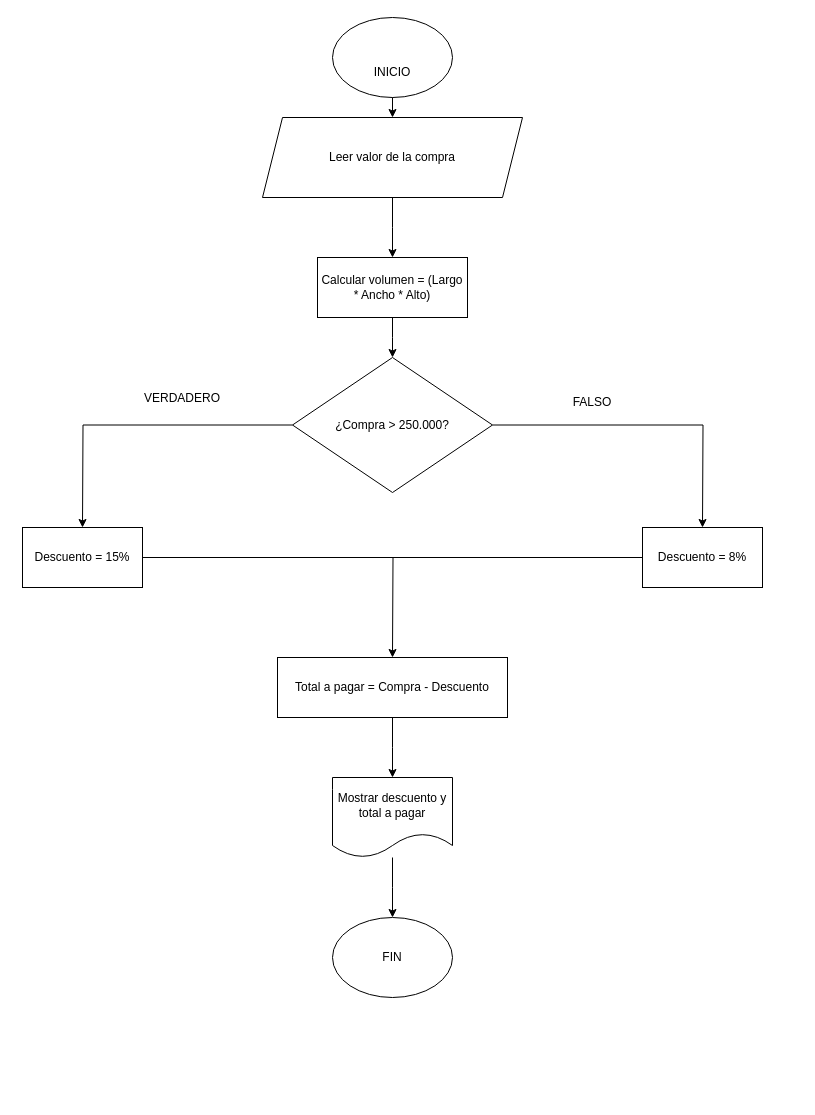
Above: Untitled Diagram.drawio in Sebastian5050942/Toma_notas_Programaci-n (draw.io), before the change. Source tidied: cells renumbered, new cells numbered last; positions are measured from the earlier drawing's top-left corner, leaving out a move shared by most shapes. Both pictures are drawn from the tidied source at 100%, with x=0, y=0 at pixel (22, 17).
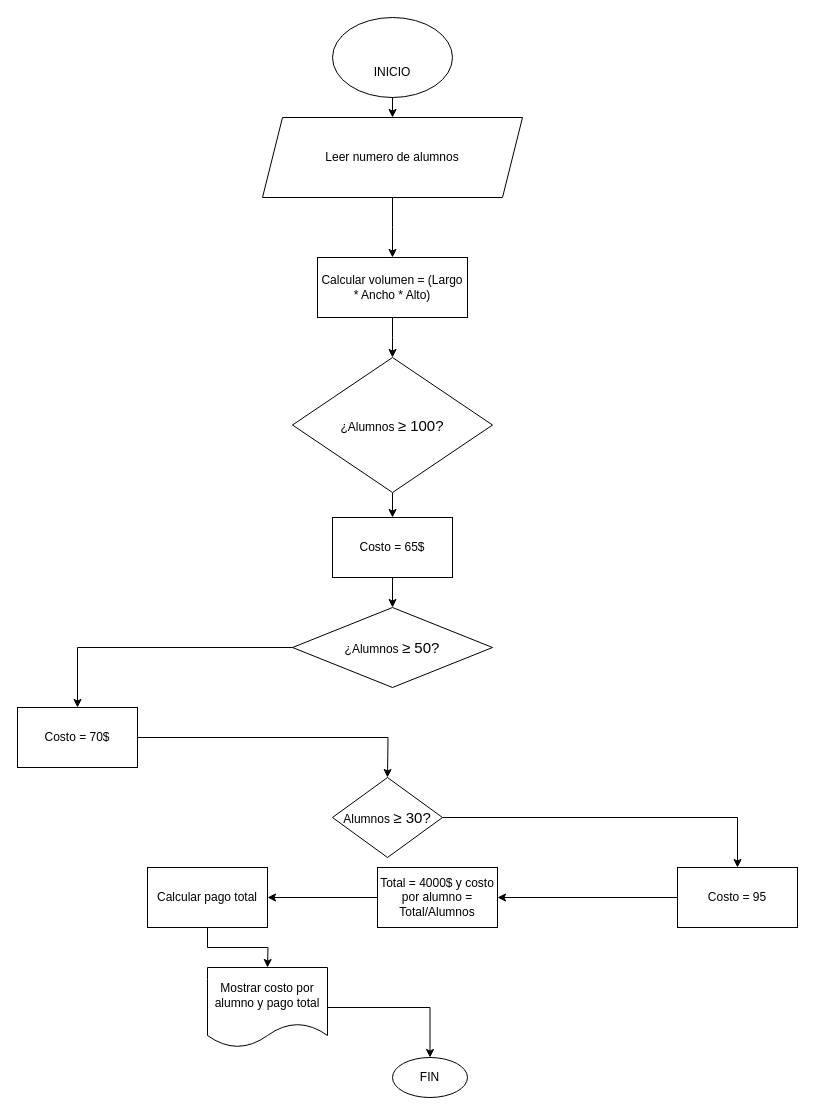
The same page after the edit.

Change to the diagram source:
```diff
@@
-    <mxCell id="4" value="Leer valor de la compra" style="shape=parallelogram;perimeter=parallelogramPerimeter;whiteSpace=wrap;html=1;shapeInside=1;fixedSize=1;" parent="1" vertex="1">
+    <mxCell id="4" value="Leer numero de alumnos" style="shape=parallelogram;perimeter=parallelogramPerimeter;whiteSpace=wrap;html=1;shapeInside=1;fixedSize=1;" parent="1" vertex="1">
       <mxGeometry x="240" y="100" width="260" height="80" as="geometry" />
     </mxCell>
@@
-    <mxCell id="6" style="edgeStyle=orthogonalEdgeStyle;rounded=0;jettySize=auto;html=1;" parent="1" edge="1" source="8">
-      <mxGeometry relative="1" as="geometry">
-        <mxPoint x="60" y="510" as="targetPoint" />
-      </mxGeometry>
-    </mxCell>
-    <mxCell id="7" style="edgeStyle=orthogonalEdgeStyle;rounded=0;jettySize=auto;html=1;" parent="1" edge="1" source="8">
-      <mxGeometry relative="1" as="geometry">
-        <mxPoint x="680" y="510" as="targetPoint" />
-      </mxGeometry>
-    </mxCell>
+    <mxCell id="23" style="edgeStyle=orthogonalEdgeStyle;rounded=0;jettySize=auto;html=1;" parent="1" edge="1" source="8" target="25">
+      <mxGeometry relative="1" as="geometry" />
+    </mxCell>
-    <mxCell id="8" value="¿Compra &amp;gt; 250.000?" style="rhombus;whiteSpace=wrap;html=1;shapeInside=1;" parent="1" vertex="1">
+    <mxCell id="8" value="¿Alumnos&amp;nbsp;&lt;span style=&quot;font-size: 15px; background-color: transparent; color: light-dark(rgb(0, 0, 0), rgb(255, 255, 255));&quot;&gt;≥ 100?&lt;/span&gt;" style="rhombus;whiteSpace=wrap;html=1;shapeInside=1;" parent="1" vertex="1">
       <mxGeometry x="270" y="340" width="200" height="135" as="geometry" />
     </mxCell>
-    <mxCell id="9" value="VERDADERO" style="text;html=1;whiteSpace=wrap;strokeColor=none;fillColor=none;align=center;verticalAlign=middle;rounded=0;" parent="1" vertex="1">
-      <mxGeometry x="130" y="380" width="60" as="geometry" />
-    </mxCell>
-    <mxCell id="10" value="FALSO" style="text;html=1;whiteSpace=wrap;strokeColor=none;fillColor=none;align=center;verticalAlign=middle;rounded=0;" parent="1" vertex="1">
-      <mxGeometry x="540" y="290" width="60" height="190" as="geometry" />
-    </mxCell>
-    <mxCell id="11" style="edgeStyle=orthogonalEdgeStyle;rounded=0;jettySize=auto;html=1;" parent="1" edge="1" source="12">
-      <mxGeometry relative="1" as="geometry">
-        <mxPoint x="370" y="640" as="targetPoint" />
-      </mxGeometry>
-    </mxCell>
-    <mxCell id="12" value="Descuento = 15%" style="rounded=0;whiteSpace=wrap;html=1;" parent="1" vertex="1">
-      <mxGeometry y="510" width="120" height="60" as="geometry" />
-    </mxCell>
-    <mxCell id="13" style="edgeStyle=orthogonalEdgeStyle;rounded=0;jettySize=auto;html=1;endArrow=none;endFill=0;" parent="1" edge="1" source="14">
-      <mxGeometry relative="1" as="geometry">
-        <mxPoint x="350" y="540" as="targetPoint" />
-      </mxGeometry>
-    </mxCell>
-    <mxCell id="14" value="Descuento = 8%" style="rounded=0;whiteSpace=wrap;html=1;" parent="1" vertex="1">
-      <mxGeometry x="620" y="510" width="120" height="60" as="geometry" />
-    </mxCell>
@@
-    <mxCell id="16" value="FIN" style="ellipse;whiteSpace=wrap;html=1;shapeInside=1;" parent="1" vertex="1">
-      <mxGeometry x="310" y="900" width="120" height="80" as="geometry" />
-    </mxCell>
@@
-    <mxCell id="19" style="edgeStyle=orthogonalEdgeStyle;rounded=0;jettySize=auto;html=1;" parent="1" edge="1" source="20">
-      <mxGeometry relative="1" as="geometry">
-        <mxPoint x="370" y="900" as="targetPoint" />
-      </mxGeometry>
-    </mxCell>
-    <mxCell id="20" value="Mostrar descuento y total a pagar" style="shape=document;whiteSpace=wrap;html=1;boundedLbl=1;" parent="1" vertex="1">
-      <mxGeometry x="310" y="760" width="120" height="80" as="geometry" />
-    </mxCell>
-    <mxCell id="21" style="edgeStyle=orthogonalEdgeStyle;rounded=0;jettySize=auto;html=1;" parent="1" edge="1" source="22">
-      <mxGeometry relative="1" as="geometry">
-        <mxPoint x="370" y="760" as="targetPoint" />
-      </mxGeometry>
-    </mxCell>
-    <mxCell id="22" value="Total a pagar = Compra - Descuento" style="rounded=0;whiteSpace=wrap;html=1;" parent="1" vertex="1">
-      <mxGeometry x="255" y="640" width="230" height="60" as="geometry" />
-    </mxCell>
+    <mxCell id="24" style="edgeStyle=orthogonalEdgeStyle;rounded=0;jettySize=auto;html=1;" parent="1" edge="1" source="25" target="27">
+      <mxGeometry relative="1" as="geometry" />
+    </mxCell>
+    <mxCell id="25" value="Costo = 65$" style="rounded=0;whiteSpace=wrap;html=1;" parent="1" vertex="1">
+      <mxGeometry x="310" y="500" width="120" height="60" as="geometry" />
+    </mxCell>
+    <mxCell id="26" style="edgeStyle=orthogonalEdgeStyle;rounded=0;jettySize=auto;html=1;" parent="1" edge="1" source="27" target="29">
+      <mxGeometry relative="1" as="geometry" />
+    </mxCell>
+    <mxCell id="27" value="¿Alumnos&amp;nbsp;&lt;span style=&quot;font-size: 15px; background-color: transparent; color: light-dark(rgb(0, 0, 0), rgb(255, 255, 255));&quot;&gt;≥ 50?&lt;/span&gt;" style="rhombus;whiteSpace=wrap;html=1;shapeInside=1;" parent="1" vertex="1">
+      <mxGeometry x="270" y="590" width="200" height="80" as="geometry" />
+    </mxCell>
+    <mxCell id="28" style="edgeStyle=orthogonalEdgeStyle;rounded=0;jettySize=auto;html=1;" parent="1" edge="1" source="29">
+      <mxGeometry relative="1" as="geometry">
+        <mxPoint x="365" y="760" as="targetPoint" />
+      </mxGeometry>
+    </mxCell>
+    <mxCell id="29" value="Costo = 70$" style="rounded=0;whiteSpace=wrap;html=1;" parent="1" vertex="1">
+      <mxGeometry x="-5" y="690" width="120" height="60" as="geometry" />
+    </mxCell>
+    <mxCell id="30" style="edgeStyle=orthogonalEdgeStyle;rounded=0;jettySize=auto;html=1;" parent="1" edge="1" source="31" target="33">
+      <mxGeometry relative="1" as="geometry" />
+    </mxCell>
+    <mxCell id="31" value="Alumnos&amp;nbsp;&lt;span style=&quot;font-size: 15px; background-color: transparent; color: light-dark(rgb(0, 0, 0), rgb(255, 255, 255));&quot;&gt;≥ 30?&lt;/span&gt;" style="rhombus;whiteSpace=wrap;html=1;shapeInside=1;" parent="1" vertex="1">
+      <mxGeometry x="310" y="760" width="110" height="80" as="geometry" />
+    </mxCell>
+    <mxCell id="32" style="edgeStyle=orthogonalEdgeStyle;rounded=0;jettySize=auto;html=1;" parent="1" edge="1" source="33">
+      <mxGeometry relative="1" as="geometry">
+        <mxPoint x="475" y="880" as="targetPoint" />
+      </mxGeometry>
+    </mxCell>
+    <mxCell id="33" value="Costo = 95" style="rounded=0;whiteSpace=wrap;html=1;" parent="1" vertex="1">
+      <mxGeometry x="655" y="850" width="120" height="60" as="geometry" />
+    </mxCell>
+    <mxCell id="34" style="edgeStyle=orthogonalEdgeStyle;rounded=0;jettySize=auto;html=1;" parent="1" edge="1" source="35">
+      <mxGeometry relative="1" as="geometry">
+        <mxPoint x="245" y="880" as="targetPoint" />
+      </mxGeometry>
+    </mxCell>
+    <mxCell id="35" value="Total = 4000$ y costo por alumno = Total/Alumnos" style="rounded=0;whiteSpace=wrap;html=1;" parent="1" vertex="1">
+      <mxGeometry x="355" y="850" width="120" height="60" as="geometry" />
+    </mxCell>
+    <mxCell id="36" style="edgeStyle=orthogonalEdgeStyle;rounded=0;jettySize=auto;html=1;" parent="1" edge="1" source="37">
+      <mxGeometry relative="1" as="geometry">
+        <mxPoint x="245" y="950" as="targetPoint" />
+      </mxGeometry>
+    </mxCell>
+    <mxCell id="37" value="Calcular pago total" style="rounded=0;whiteSpace=wrap;html=1;" parent="1" vertex="1">
+      <mxGeometry x="125" y="850" width="120" height="60" as="geometry" />
+    </mxCell>
+    <mxCell id="38" style="edgeStyle=orthogonalEdgeStyle;rounded=0;jettySize=auto;html=1;" parent="1" edge="1" source="39" target="16">
+      <mxGeometry relative="1" as="geometry" />
+    </mxCell>
+    <mxCell id="39" value="Mostrar costo por alumno y pago total" style="shape=document;whiteSpace=wrap;html=1;boundedLbl=1;" parent="1" vertex="1">
+      <mxGeometry x="185" y="950" width="120" height="80" as="geometry" />
+    </mxCell>
+    <mxCell id="16" value="FIN" style="ellipse;whiteSpace=wrap;html=1;shapeInside=1;" parent="1" vertex="1">
+      <mxGeometry x="370" y="1040" width="75" height="40" as="geometry" />
+    </mxCell>
```
